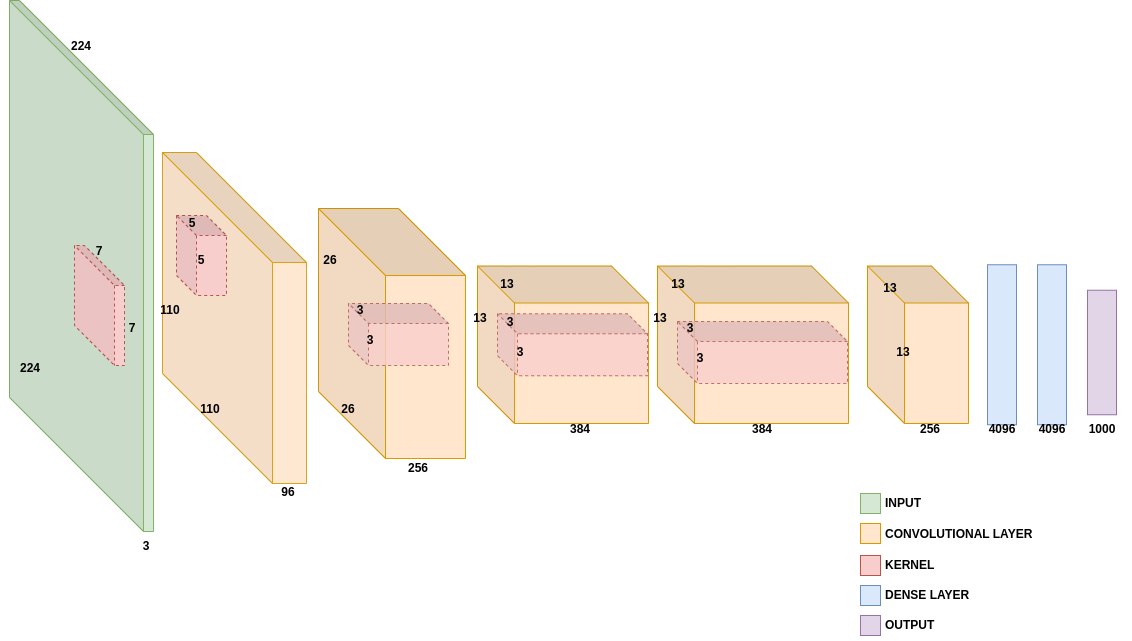
Before: Architectures/ZFNet/src/ZFNet.png, a diagram exported from draw.io (GuidoManni/DeepLearningImplementation). Source tidied: cells renumbered, new cells last; positions are measured from the earlier drawing's top-left corner, leaving out a move shared by most shapes. Its diagram source:
```xml
<mxGraphModel>
  <root>
    <mxCell id="0" />
    <mxCell id="1" parent="0" />
    <mxCell id="2" style="shape=cube;whiteSpace=wrap;html=1;boundedLbl=1;backgroundOutline=1;darkOpacity=0.05;darkOpacity2=0.1;direction=north;rotation=-180;size=134;fillColor=#d5e8d4;strokeColor=#82b366;flipH=1;" parent="1" vertex="1">
      <mxGeometry x="9" width="144" height="531" as="geometry" />
    </mxCell>
    <mxCell id="3" style="shape=cube;whiteSpace=wrap;html=1;boundedLbl=1;backgroundOutline=1;darkOpacity=0.05;darkOpacity2=0.1;direction=north;rotation=-180;size=40;fillColor=#f8cecc;strokeColor=#b85450;flipH=1;dashed=1;" parent="1" vertex="1">
      <mxGeometry x="74" y="245" width="50" height="120" as="geometry" />
    </mxCell>
    <mxCell id="4" style="shape=cube;whiteSpace=wrap;html=1;boundedLbl=1;backgroundOutline=1;darkOpacity=0.05;darkOpacity2=0.1;direction=north;rotation=-180;size=110;fillColor=#ffe6cc;strokeColor=#d79b00;flipH=1;gradientColor=none;opacity=90;" parent="1" vertex="1">
      <mxGeometry x="162" y="152" width="144" height="331" as="geometry" />
    </mxCell>
    <mxCell id="5" style="shape=cube;whiteSpace=wrap;html=1;boundedLbl=1;backgroundOutline=1;darkOpacity=0.05;darkOpacity2=0.1;direction=north;rotation=-180;size=20;fillColor=#f8cecc;strokeColor=#b85450;flipH=1;dashed=1;strokeWidth=1;" parent="1" vertex="1">
      <mxGeometry x="176" y="215" width="50" height="80" as="geometry" />
    </mxCell>
    <mxCell id="6" style="shape=cube;whiteSpace=wrap;html=1;boundedLbl=1;backgroundOutline=1;darkOpacity=0.05;darkOpacity2=0.1;direction=north;rotation=-180;size=37;fillColor=#ffe6cc;strokeColor=#d79b00;flipH=1;" parent="1" vertex="1">
      <mxGeometry x="477" y="265.5" width="171" height="157.5" as="geometry" />
    </mxCell>
    <mxCell id="7" style="shape=cube;whiteSpace=wrap;html=1;boundedLbl=1;backgroundOutline=1;darkOpacity=0.05;darkOpacity2=0.1;direction=north;rotation=-180;size=67;fillColor=#ffe6cc;strokeColor=#d79b00;flipH=1;perimeterSpacing=0;" parent="1" vertex="1">
      <mxGeometry x="318" y="208" width="147" height="250" as="geometry" />
    </mxCell>
    <mxCell id="8" style="shape=cube;whiteSpace=wrap;html=1;boundedLbl=1;backgroundOutline=1;darkOpacity=0.05;darkOpacity2=0.1;direction=north;rotation=-180;size=20;fillColor=#f8cecc;strokeColor=#b85450;flipH=1;dashed=1;opacity=80;" parent="1" vertex="1">
      <mxGeometry x="348" y="303" width="100" height="62" as="geometry" />
    </mxCell>
    <mxCell id="9" style="shape=cube;whiteSpace=wrap;html=1;boundedLbl=1;backgroundOutline=1;darkOpacity=0.05;darkOpacity2=0.1;direction=north;rotation=-180;size=20;fillColor=#f8cecc;strokeColor=#b85450;flipH=1;dashed=1;opacity=80;" parent="1" vertex="1">
      <mxGeometry x="497" y="313.2" width="150" height="62" as="geometry" />
    </mxCell>
    <mxCell id="10" style="shape=cube;whiteSpace=wrap;html=1;boundedLbl=1;backgroundOutline=1;darkOpacity=0.05;darkOpacity2=0.1;direction=north;rotation=-180;size=37;fillColor=#ffe6cc;strokeColor=#d79b00;flipH=1;" parent="1" vertex="1">
      <mxGeometry x="657" y="265.5" width="191" height="157.5" as="geometry" />
    </mxCell>
    <mxCell id="11" style="shape=cube;whiteSpace=wrap;html=1;boundedLbl=1;backgroundOutline=1;darkOpacity=0.05;darkOpacity2=0.1;direction=north;rotation=-180;size=20;fillColor=#f8cecc;strokeColor=#b85450;flipH=1;dashed=1;opacity=80;" parent="1" vertex="1">
      <mxGeometry x="677" y="321" width="170" height="62" as="geometry" />
    </mxCell>
    <mxCell id="12" style="shape=cube;whiteSpace=wrap;html=1;boundedLbl=1;backgroundOutline=1;darkOpacity=0.05;darkOpacity2=0.1;direction=north;rotation=-180;size=37;fillColor=#ffe6cc;strokeColor=#d79b00;flipH=1;" parent="1" vertex="1">
      <mxGeometry x="867" y="265.5" width="101" height="157.5" as="geometry" />
    </mxCell>
    <mxCell id="13" style="rounded=0;whiteSpace=wrap;html=1;fillColor=#dae8fc;strokeColor=#6c8ebf;" parent="1" vertex="1">
      <mxGeometry x="987" y="264.2" width="29" height="160" as="geometry" />
    </mxCell>
    <mxCell id="14" style="rounded=0;whiteSpace=wrap;html=1;fillColor=#dae8fc;strokeColor=#6c8ebf;" parent="1" vertex="1">
      <mxGeometry x="1037" y="264.2" width="29" height="160" as="geometry" />
    </mxCell>
    <mxCell id="15" style="rounded=0;whiteSpace=wrap;html=1;fillColor=#e1d5e7;strokeColor=#9673a6;" parent="1" vertex="1">
      <mxGeometry x="1087" y="289.8" width="29" height="124.5" as="geometry" />
    </mxCell>
    <mxCell id="16" value="&lt;b&gt;INPUT&lt;/b&gt;" style="text;html=1;align=center;verticalAlign=middle;whiteSpace=wrap;rounded=0;" parent="1" vertex="1">
      <mxGeometry x="873" y="488" width="60" height="30" as="geometry" />
    </mxCell>
    <mxCell id="17" style="rounded=0;whiteSpace=wrap;html=1;fillColor=#d5e8d4;strokeColor=#82b366;" parent="1" vertex="1">
      <mxGeometry x="860" y="493" width="20" height="20" as="geometry" />
    </mxCell>
    <mxCell id="18" value="&lt;b&gt;CONVOLUTIONAL LAYER&lt;/b&gt;" style="text;html=1;align=left;verticalAlign=middle;whiteSpace=wrap;rounded=0;" parent="1" vertex="1">
      <mxGeometry x="883" y="519" width="187" height="30" as="geometry" />
    </mxCell>
    <mxCell id="19" style="rounded=0;whiteSpace=wrap;html=1;fillColor=#ffe6cc;strokeColor=#d79b00;" parent="1" vertex="1">
      <mxGeometry x="860" y="523" width="20" height="20" as="geometry" />
    </mxCell>
    <mxCell id="20" style="rounded=0;whiteSpace=wrap;html=1;fillColor=#f8cecc;strokeColor=#b85450;" parent="1" vertex="1">
      <mxGeometry x="860" y="555" width="20" height="20" as="geometry" />
    </mxCell>
    <mxCell id="21" value="&lt;b&gt;KERNEL&lt;/b&gt;" style="text;html=1;align=left;verticalAlign=middle;whiteSpace=wrap;rounded=0;" parent="1" vertex="1">
      <mxGeometry x="883" y="550" width="187" height="30" as="geometry" />
    </mxCell>
    <mxCell id="22" style="rounded=0;whiteSpace=wrap;html=1;fillColor=#dae8fc;strokeColor=#6c8ebf;" parent="1" vertex="1">
      <mxGeometry x="860" y="585" width="20" height="20" as="geometry" />
    </mxCell>
    <mxCell id="23" value="&lt;b&gt;DENSE LAYER&lt;/b&gt;" style="text;html=1;align=left;verticalAlign=middle;whiteSpace=wrap;rounded=0;" parent="1" vertex="1">
      <mxGeometry x="883" y="580" width="187" height="30" as="geometry" />
    </mxCell>
    <mxCell id="24" value="&lt;b&gt;3&lt;/b&gt;" style="text;html=1;align=center;verticalAlign=middle;whiteSpace=wrap;rounded=0;" parent="1" vertex="1">
      <mxGeometry x="116" y="531" width="60" height="30" as="geometry" />
    </mxCell>
    <mxCell id="25" value="&lt;b&gt;224&lt;/b&gt;" style="text;html=1;align=center;verticalAlign=middle;whiteSpace=wrap;rounded=0;" parent="1" vertex="1">
      <mxGeometry x="51" y="31" width="60" height="30" as="geometry" />
    </mxCell>
    <mxCell id="26" value="&lt;b&gt;224&lt;/b&gt;" style="text;html=1;align=center;verticalAlign=middle;whiteSpace=wrap;rounded=0;" parent="1" vertex="1">
      <mxGeometry y="353" width="60" height="30" as="geometry" />
    </mxCell>
    <mxCell id="27" value="&lt;b&gt;7&lt;/b&gt;" style="text;html=1;align=center;verticalAlign=middle;whiteSpace=wrap;rounded=0;" parent="1" vertex="1">
      <mxGeometry x="69" y="235.5" width="60" height="30" as="geometry" />
    </mxCell>
    <mxCell id="28" value="&lt;b&gt;7&lt;/b&gt;" style="text;html=1;align=center;verticalAlign=middle;whiteSpace=wrap;rounded=0;" parent="1" vertex="1">
      <mxGeometry x="102" y="313.2" width="60" height="30" as="geometry" />
    </mxCell>
    <mxCell id="29" value="&lt;b&gt;110&lt;/b&gt;" style="text;html=1;align=center;verticalAlign=middle;whiteSpace=wrap;rounded=0;" parent="1" vertex="1">
      <mxGeometry x="180" y="394.2" width="60" height="30" as="geometry" />
    </mxCell>
    <mxCell id="30" value="&lt;b&gt;110&lt;/b&gt;" style="text;html=1;align=center;verticalAlign=middle;whiteSpace=wrap;rounded=0;" parent="1" vertex="1">
      <mxGeometry x="140" y="295" width="60" height="30" as="geometry" />
    </mxCell>
    <mxCell id="31" value="&lt;b&gt;96&lt;/b&gt;" style="text;html=1;align=center;verticalAlign=middle;whiteSpace=wrap;rounded=0;" parent="1" vertex="1">
      <mxGeometry x="258" y="477" width="60" height="30" as="geometry" />
    </mxCell>
    <mxCell id="32" value="&lt;b&gt;5&lt;/b&gt;" style="text;html=1;align=center;verticalAlign=middle;whiteSpace=wrap;rounded=0;" parent="1" vertex="1">
      <mxGeometry x="171" y="245" width="60" height="30" as="geometry" />
    </mxCell>
    <mxCell id="33" value="&lt;b&gt;5&lt;/b&gt;" style="text;html=1;align=center;verticalAlign=middle;whiteSpace=wrap;rounded=0;" parent="1" vertex="1">
      <mxGeometry x="162" y="208" width="60" height="30" as="geometry" />
    </mxCell>
    <mxCell id="34" value="&lt;b&gt;3&lt;/b&gt;" style="text;html=1;align=center;verticalAlign=middle;whiteSpace=wrap;rounded=0;" parent="1" vertex="1">
      <mxGeometry x="340" y="325" width="60" height="30" as="geometry" />
    </mxCell>
    <mxCell id="35" value="&lt;b&gt;3&lt;/b&gt;" style="text;html=1;align=center;verticalAlign=middle;whiteSpace=wrap;rounded=0;" parent="1" vertex="1">
      <mxGeometry x="330" y="295" width="60" height="30" as="geometry" />
    </mxCell>
    <mxCell id="36" value="&lt;b&gt;3&lt;/b&gt;" style="text;html=1;align=center;verticalAlign=middle;whiteSpace=wrap;rounded=0;" parent="1" vertex="1">
      <mxGeometry x="490" y="337" width="60" height="30" as="geometry" />
    </mxCell>
    <mxCell id="37" value="&lt;b&gt;3&lt;/b&gt;" style="text;html=1;align=center;verticalAlign=middle;whiteSpace=wrap;rounded=0;" parent="1" vertex="1">
      <mxGeometry x="480" y="307" width="60" height="30" as="geometry" />
    </mxCell>
    <mxCell id="38" value="&lt;b&gt;3&lt;/b&gt;" style="text;html=1;align=center;verticalAlign=middle;whiteSpace=wrap;rounded=0;" parent="1" vertex="1">
      <mxGeometry x="660" y="313.2" width="60" height="30" as="geometry" />
    </mxCell>
    <mxCell id="39" value="&lt;b&gt;3&lt;/b&gt;" style="text;html=1;align=center;verticalAlign=middle;whiteSpace=wrap;rounded=0;" parent="1" vertex="1">
      <mxGeometry x="670" y="343.2" width="60" height="30" as="geometry" />
    </mxCell>
    <mxCell id="40" value="&lt;b&gt;256&lt;/b&gt;" style="text;html=1;align=center;verticalAlign=middle;whiteSpace=wrap;rounded=0;" parent="1" vertex="1">
      <mxGeometry x="900" y="414.2" width="60" height="30" as="geometry" />
    </mxCell>
    <mxCell id="41" value="&lt;b&gt;26&lt;/b&gt;" style="text;html=1;align=center;verticalAlign=middle;whiteSpace=wrap;rounded=0;" parent="1" vertex="1">
      <mxGeometry x="318" y="394.2" width="60" height="30" as="geometry" />
    </mxCell>
    <mxCell id="42" value="&lt;b&gt;26&lt;/b&gt;" style="text;html=1;align=center;verticalAlign=middle;whiteSpace=wrap;rounded=0;" parent="1" vertex="1">
      <mxGeometry x="300" y="245" width="60" height="30" as="geometry" />
    </mxCell>
    <mxCell id="43" value="&lt;b&gt;13&lt;/b&gt;" style="text;html=1;align=center;verticalAlign=middle;whiteSpace=wrap;rounded=0;" parent="1" vertex="1">
      <mxGeometry x="477" y="269" width="60" height="30" as="geometry" />
    </mxCell>
    <mxCell id="44" value="&lt;b&gt;13&lt;/b&gt;" style="text;html=1;align=center;verticalAlign=middle;whiteSpace=wrap;rounded=0;" parent="1" vertex="1">
      <mxGeometry x="450" y="302.5" width="60" height="30" as="geometry" />
    </mxCell>
    <mxCell id="45" value="&lt;b&gt;384&lt;/b&gt;" style="text;html=1;align=center;verticalAlign=middle;whiteSpace=wrap;rounded=0;" parent="1" vertex="1">
      <mxGeometry x="550" y="414.2" width="60" height="30" as="geometry" />
    </mxCell>
    <mxCell id="46" value="&lt;b&gt;13&lt;/b&gt;" style="text;html=1;align=center;verticalAlign=middle;whiteSpace=wrap;rounded=0;" parent="1" vertex="1">
      <mxGeometry x="648" y="269" width="60" height="30" as="geometry" />
    </mxCell>
    <mxCell id="47" value="&lt;b&gt;13&lt;/b&gt;" style="text;html=1;align=center;verticalAlign=middle;whiteSpace=wrap;rounded=0;" parent="1" vertex="1">
      <mxGeometry x="630" y="303" width="60" height="30" as="geometry" />
    </mxCell>
    <mxCell id="48" value="&lt;b&gt;384&lt;/b&gt;" style="text;html=1;align=center;verticalAlign=middle;whiteSpace=wrap;rounded=0;" parent="1" vertex="1">
      <mxGeometry x="732" y="414.2" width="60" height="30" as="geometry" />
    </mxCell>
    <mxCell id="49" value="&lt;b&gt;13&lt;/b&gt;" style="text;html=1;align=center;verticalAlign=middle;whiteSpace=wrap;rounded=0;" parent="1" vertex="1">
      <mxGeometry x="860" y="273" width="60" height="30" as="geometry" />
    </mxCell>
    <mxCell id="50" value="&lt;b&gt;13&lt;/b&gt;" style="text;html=1;align=center;verticalAlign=middle;whiteSpace=wrap;rounded=0;" parent="1" vertex="1">
      <mxGeometry x="873" y="337" width="60" height="30" as="geometry" />
    </mxCell>
    <mxCell id="51" value="&lt;b&gt;4096&lt;/b&gt;" style="text;html=1;align=center;verticalAlign=middle;whiteSpace=wrap;rounded=0;" parent="1" vertex="1">
      <mxGeometry x="971.5" y="414.2" width="60" height="30" as="geometry" />
    </mxCell>
    <mxCell id="52" value="&lt;b&gt;4096&lt;/b&gt;" style="text;html=1;align=center;verticalAlign=middle;whiteSpace=wrap;rounded=0;" parent="1" vertex="1">
      <mxGeometry x="1021.5" y="414.2" width="60" height="30" as="geometry" />
    </mxCell>
    <mxCell id="53" value="&lt;b&gt;1000&lt;/b&gt;" style="text;html=1;align=center;verticalAlign=middle;whiteSpace=wrap;rounded=0;" parent="1" vertex="1">
      <mxGeometry x="1071.5" y="414.2" width="60" height="30" as="geometry" />
    </mxCell>
    <mxCell id="54" style="rounded=0;whiteSpace=wrap;html=1;fillColor=#e1d5e7;strokeColor=#9673a6;" parent="1" vertex="1">
      <mxGeometry x="860" y="615" width="20" height="20" as="geometry" />
    </mxCell>
    <mxCell id="55" value="&lt;b&gt;OUTPUT&lt;/b&gt;" style="text;html=1;align=left;verticalAlign=middle;whiteSpace=wrap;rounded=0;" parent="1" vertex="1">
      <mxGeometry x="883" y="610" width="187" height="30" as="geometry" />
    </mxCell>
    <mxCell id="56" value="&lt;b&gt;256&lt;/b&gt;" style="text;html=1;align=center;verticalAlign=middle;whiteSpace=wrap;rounded=0;" parent="1" vertex="1">
      <mxGeometry x="388" y="453" width="60" height="30" as="geometry" />
    </mxCell>
  </root>
</mxGraphModel>
```
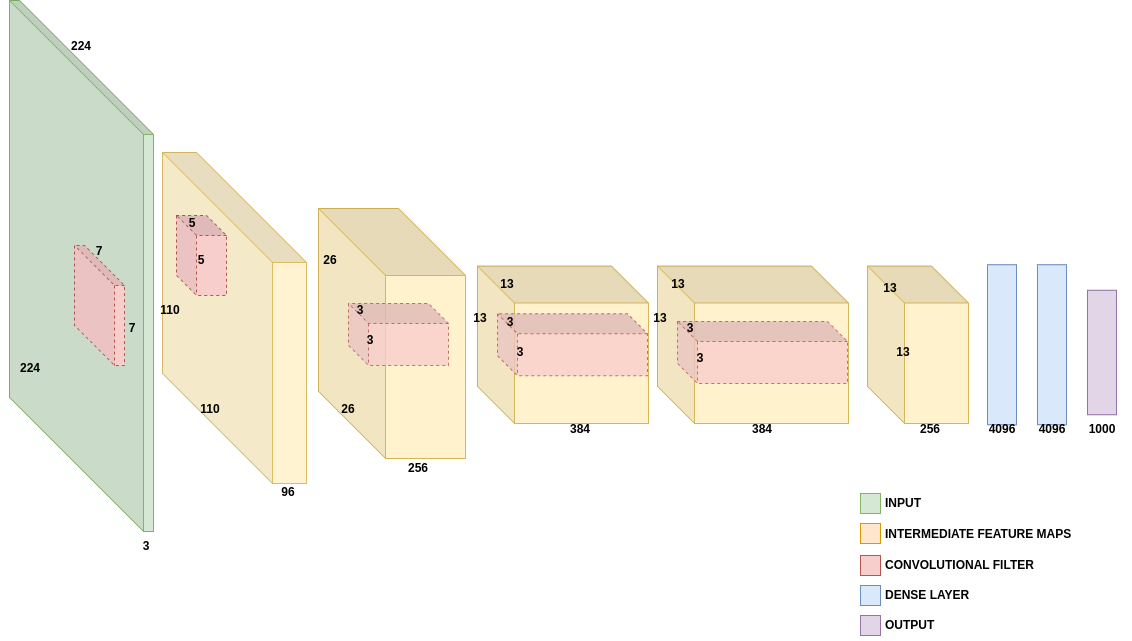
Later version of the same file.

What changed in the source:
```diff
@@ -8,16 +8,16 @@
     <mxCell id="3" style="shape=cube;whiteSpace=wrap;html=1;boundedLbl=1;backgroundOutline=1;darkOpacity=0.05;darkOpacity2=0.1;direction=north;rotation=-180;size=40;fillColor=#f8cecc;strokeColor=#b85450;flipH=1;dashed=1;" parent="1" vertex="1">
       <mxGeometry x="74" y="245" width="50" height="120" as="geometry" />
     </mxCell>
-    <mxCell id="4" style="shape=cube;whiteSpace=wrap;html=1;boundedLbl=1;backgroundOutline=1;darkOpacity=0.05;darkOpacity2=0.1;direction=north;rotation=-180;size=110;fillColor=#ffe6cc;strokeColor=#d79b00;flipH=1;gradientColor=none;opacity=90;" parent="1" vertex="1">
+    <mxCell id="4" style="shape=cube;whiteSpace=wrap;html=1;boundedLbl=1;backgroundOutline=1;darkOpacity=0.05;darkOpacity2=0.1;direction=north;rotation=-180;size=110;fillColor=#fff2cc;strokeColor=#d6b656;flipH=1;opacity=90;" parent="1" vertex="1">
       <mxGeometry x="162" y="152" width="144" height="331" as="geometry" />
     </mxCell>
     <mxCell id="5" style="shape=cube;whiteSpace=wrap;html=1;boundedLbl=1;backgroundOutline=1;darkOpacity=0.05;darkOpacity2=0.1;direction=north;rotation=-180;size=20;fillColor=#f8cecc;strokeColor=#b85450;flipH=1;dashed=1;strokeWidth=1;" parent="1" vertex="1">
       <mxGeometry x="176" y="215" width="50" height="80" as="geometry" />
     </mxCell>
-    <mxCell id="6" style="shape=cube;whiteSpace=wrap;html=1;boundedLbl=1;backgroundOutline=1;darkOpacity=0.05;darkOpacity2=0.1;direction=north;rotation=-180;size=37;fillColor=#ffe6cc;strokeColor=#d79b00;flipH=1;" parent="1" vertex="1">
+    <mxCell id="6" style="shape=cube;whiteSpace=wrap;html=1;boundedLbl=1;backgroundOutline=1;darkOpacity=0.05;darkOpacity2=0.1;direction=north;rotation=-180;size=37;fillColor=#fff2cc;strokeColor=#d6b656;flipH=1;" parent="1" vertex="1">
       <mxGeometry x="477" y="265.5" width="171" height="157.5" as="geometry" />
     </mxCell>
-    <mxCell id="7" style="shape=cube;whiteSpace=wrap;html=1;boundedLbl=1;backgroundOutline=1;darkOpacity=0.05;darkOpacity2=0.1;direction=north;rotation=-180;size=67;fillColor=#ffe6cc;strokeColor=#d79b00;flipH=1;perimeterSpacing=0;" parent="1" vertex="1">
+    <mxCell id="7" style="shape=cube;whiteSpace=wrap;html=1;boundedLbl=1;backgroundOutline=1;darkOpacity=0.05;darkOpacity2=0.1;direction=north;rotation=-180;size=67;fillColor=#fff2cc;strokeColor=#d6b656;flipH=1;perimeterSpacing=0;" parent="1" vertex="1">
       <mxGeometry x="318" y="208" width="147" height="250" as="geometry" />
     </mxCell>
     <mxCell id="8" style="shape=cube;whiteSpace=wrap;html=1;boundedLbl=1;backgroundOutline=1;darkOpacity=0.05;darkOpacity2=0.1;direction=north;rotation=-180;size=20;fillColor=#f8cecc;strokeColor=#b85450;flipH=1;dashed=1;opacity=80;" parent="1" vertex="1">
@@ -26,13 +26,13 @@
     <mxCell id="9" style="shape=cube;whiteSpace=wrap;html=1;boundedLbl=1;backgroundOutline=1;darkOpacity=0.05;darkOpacity2=0.1;direction=north;rotation=-180;size=20;fillColor=#f8cecc;strokeColor=#b85450;flipH=1;dashed=1;opacity=80;" parent="1" vertex="1">
       <mxGeometry x="497" y="313.2" width="150" height="62" as="geometry" />
     </mxCell>
-    <mxCell id="10" style="shape=cube;whiteSpace=wrap;html=1;boundedLbl=1;backgroundOutline=1;darkOpacity=0.05;darkOpacity2=0.1;direction=north;rotation=-180;size=37;fillColor=#ffe6cc;strokeColor=#d79b00;flipH=1;" parent="1" vertex="1">
+    <mxCell id="10" style="shape=cube;whiteSpace=wrap;html=1;boundedLbl=1;backgroundOutline=1;darkOpacity=0.05;darkOpacity2=0.1;direction=north;rotation=-180;size=37;fillColor=#fff2cc;strokeColor=#d6b656;flipH=1;" parent="1" vertex="1">
       <mxGeometry x="657" y="265.5" width="191" height="157.5" as="geometry" />
     </mxCell>
     <mxCell id="11" style="shape=cube;whiteSpace=wrap;html=1;boundedLbl=1;backgroundOutline=1;darkOpacity=0.05;darkOpacity2=0.1;direction=north;rotation=-180;size=20;fillColor=#f8cecc;strokeColor=#b85450;flipH=1;dashed=1;opacity=80;" parent="1" vertex="1">
       <mxGeometry x="677" y="321" width="170" height="62" as="geometry" />
     </mxCell>
-    <mxCell id="12" style="shape=cube;whiteSpace=wrap;html=1;boundedLbl=1;backgroundOutline=1;darkOpacity=0.05;darkOpacity2=0.1;direction=north;rotation=-180;size=37;fillColor=#ffe6cc;strokeColor=#d79b00;flipH=1;" parent="1" vertex="1">
+    <mxCell id="12" style="shape=cube;whiteSpace=wrap;html=1;boundedLbl=1;backgroundOutline=1;darkOpacity=0.05;darkOpacity2=0.1;direction=north;rotation=-180;size=37;fillColor=#fff2cc;strokeColor=#d6b656;flipH=1;" parent="1" vertex="1">
       <mxGeometry x="867" y="265.5" width="101" height="157.5" as="geometry" />
     </mxCell>
     <mxCell id="13" style="rounded=0;whiteSpace=wrap;html=1;fillColor=#dae8fc;strokeColor=#6c8ebf;" parent="1" vertex="1">
@@ -50,8 +50,8 @@
     <mxCell id="17" style="rounded=0;whiteSpace=wrap;html=1;fillColor=#d5e8d4;strokeColor=#82b366;" parent="1" vertex="1">
       <mxGeometry x="860" y="493" width="20" height="20" as="geometry" />
     </mxCell>
-    <mxCell id="18" value="&lt;b&gt;CONVOLUTIONAL LAYER&lt;/b&gt;" style="text;html=1;align=left;verticalAlign=middle;whiteSpace=wrap;rounded=0;" parent="1" vertex="1">
-      <mxGeometry x="883" y="519" width="187" height="30" as="geometry" />
+    <mxCell id="18" value="&lt;b&gt;INTERMEDIATE FEATURE MAPS&lt;/b&gt;" style="text;html=1;align=left;verticalAlign=middle;whiteSpace=wrap;rounded=0;" parent="1" vertex="1">
+      <mxGeometry x="883" y="519" width="227" height="30" as="geometry" />
     </mxCell>
     <mxCell id="19" style="rounded=0;whiteSpace=wrap;html=1;fillColor=#ffe6cc;strokeColor=#d79b00;" parent="1" vertex="1">
       <mxGeometry x="860" y="523" width="20" height="20" as="geometry" />
@@ -59,7 +59,7 @@
     <mxCell id="20" style="rounded=0;whiteSpace=wrap;html=1;fillColor=#f8cecc;strokeColor=#b85450;" parent="1" vertex="1">
       <mxGeometry x="860" y="555" width="20" height="20" as="geometry" />
     </mxCell>
-    <mxCell id="21" value="&lt;b&gt;KERNEL&lt;/b&gt;" style="text;html=1;align=left;verticalAlign=middle;whiteSpace=wrap;rounded=0;" parent="1" vertex="1">
+    <mxCell id="21" value="&lt;b&gt;CONVOLUTIONAL FILTER&lt;/b&gt;" style="text;html=1;align=left;verticalAlign=middle;whiteSpace=wrap;rounded=0;" parent="1" vertex="1">
       <mxGeometry x="883" y="550" width="187" height="30" as="geometry" />
     </mxCell>
     <mxCell id="22" style="rounded=0;whiteSpace=wrap;html=1;fillColor=#dae8fc;strokeColor=#6c8ebf;" parent="1" vertex="1">
```
